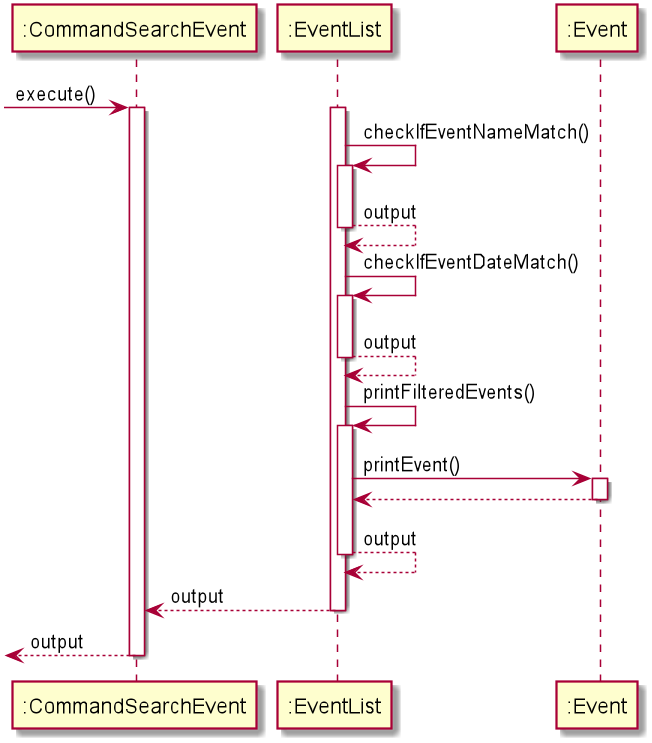
Above: docs/EventDiagram/SequenceDiagram/CommandSearchEvent.png in nus-cs2113-AY2021S1/tp (PlantUML), before the change.
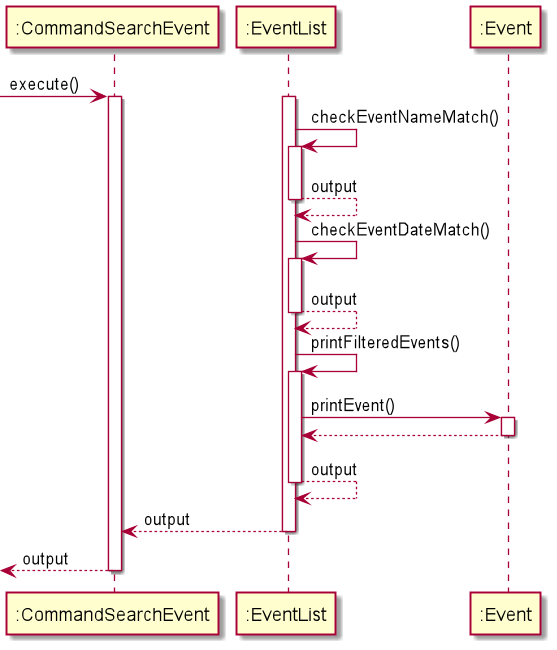
The same diagram one commit later.

The edit, as a diff of the source:
```diff
@@ -4,10 +4,10 @@
 activate ":CommandSearchEvent"
 
 activate ":EventList"
-":EventList" -> ":EventList" : checkIfEventNameMatch()
+":EventList" -> ":EventList" : checkEventNameMatch()
 activate ":EventList"
 return output
-":EventList" -> ":EventList" : checkIfEventDateMatch()
+":EventList" -> ":EventList" : checkEventDateMatch()
 activate ":EventList"
 return output
 ":EventList" -> ":EventList" : printFilteredEvents()
```
